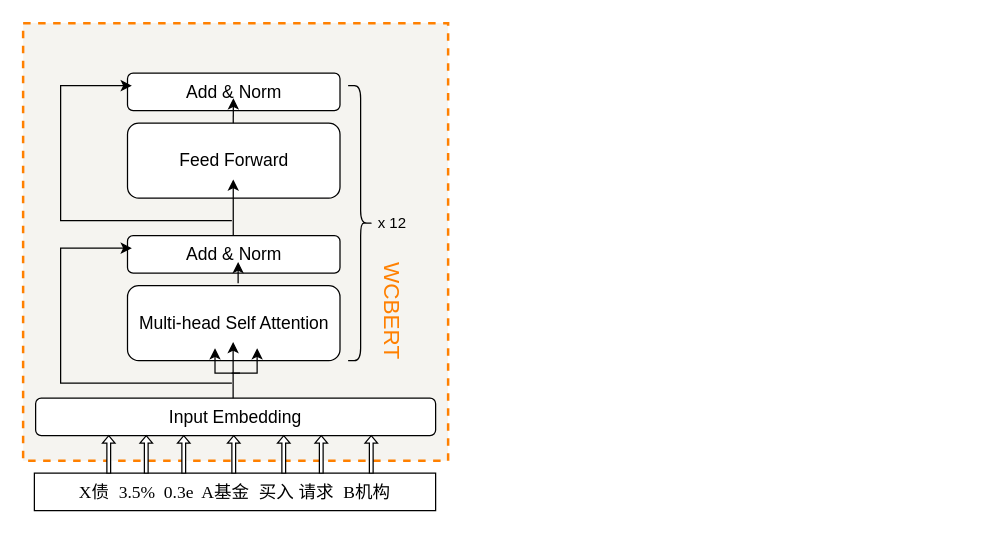
Earlier version of the draw.io diagram 一种句法依存的现券交易对手方识别装置.drawio (Zoisaang/test1). Source tidied: cells renumbered, new cells numbered last; positions are measured from the earlier drawing's top-left corner, leaving out a move shared by most shapes. Both pictures are drawn from the tidied source at 125%, with x=0, y=0 at pixel (22, 22).
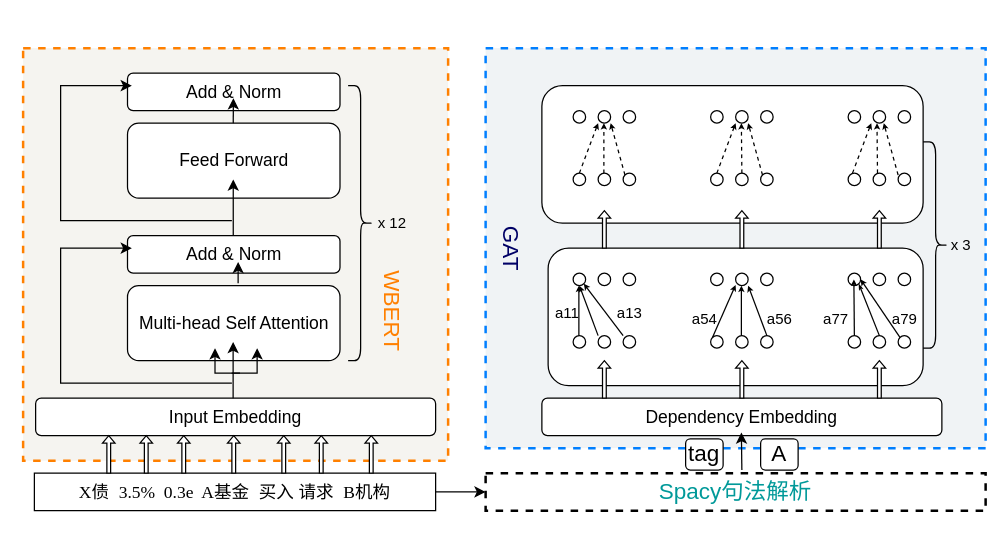
The same page after the edit.

Commit message (it also covers changes not shown here):
Update 一种句法依存的现券交易对手方识别装置.drawio

The edit, as a diff of the source:
```diff
@@
+    <mxCell id="28" style="rounded=0;whiteSpace=wrap;html=1;sketch=0;fontSize=18;dashed=1;strokeWidth=2;fillColor=#F0F3F5;strokeColor=#007FFF;fontColor=#333333;" parent="1" vertex="1">
+      <mxGeometry x="370" y="20" width="400" height="320" as="geometry" />
+    </mxCell>
+    <mxCell id="29" style="rounded=1;whiteSpace=wrap;html=1;sketch=0;fontSize=12;fontColor=#000000;strokeColor=#000000;strokeWidth=1;fillColor=#FFFFFF;" parent="1" vertex="1">
+      <mxGeometry x="420" y="180" width="300" height="110" as="geometry" />
+    </mxCell>
     <mxCell id="2" style="rounded=0;whiteSpace=wrap;html=1;sketch=0;fontSize=18;dashed=1;strokeWidth=2;fillColor=#F5F4F0;strokeColor=#FF8000;fontColor=#333333;" parent="1" vertex="1">
-      <mxGeometry width="340" height="350" as="geometry" />
+      <mxGeometry y="20" width="340" height="330" as="geometry" />
     </mxCell>
@@
-    <mxCell id="27" value="&lt;font style=&quot;font-size: 18px&quot; color=&quot;#ff8000&quot;&gt;WCBERT&lt;/font&gt;" style="text;html=1;align=center;verticalAlign=middle;fillColor=none;strokeColor=none;rounded=0;sketch=0;rotation=90;" parent="1" vertex="1">
-      <mxGeometry x="250" y="220" width="90" height="20" as="geometry" />
+    <mxCell id="27" value="&lt;font style=&quot;font-size: 18px&quot; color=&quot;#ff8000&quot;&gt;WBERT&lt;/font&gt;" style="text;html=1;align=center;verticalAlign=middle;fillColor=none;strokeColor=none;rounded=0;sketch=0;rotation=90;" parent="1" vertex="1">
+      <mxGeometry x="255" y="220" width="80" height="20" as="geometry" />
     </mxCell>
+    <mxCell id="30" value="&lt;font color=&quot;#009999&quot;&gt;Spacy句法解析&lt;/font&gt;" style="rounded=0;whiteSpace=wrap;html=1;dashed=1;sketch=0;fontSize=18;fontColor=#FF8000;strokeColor=#000000;strokeWidth=2;fillColor=#FFFFFF;" parent="1" vertex="1">
+      <mxGeometry x="370" y="360" width="400" height="30" as="geometry" />
+    </mxCell>
+    <mxCell id="31" style="endArrow=classic;html=1;rounded=1;sketch=0;fontSize=18;fontColor=#FF8000;curved=0;" parent="1" edge="1">
+      <mxGeometry relative="1" as="geometry">
+        <mxPoint x="330" y="375" as="sourcePoint" />
+        <mxPoint x="370" y="374.6" as="targetPoint" />
+        <Array as="points">
+          <mxPoint x="370" y="375" />
+        </Array>
+      </mxGeometry>
+    </mxCell>
+    <mxCell id="32" value="Dependency Embedding" style="rounded=1;whiteSpace=wrap;html=1;fontSize=14;strokeWidth=1;" parent="1" vertex="1">
+      <mxGeometry x="415" y="300" width="320" height="30" as="geometry" />
+    </mxCell>
+    <mxCell id="33" style="endArrow=classic;html=1;rounded=1;sketch=0;fontSize=18;fontColor=#009999;curved=0;" parent="1" edge="1">
+      <mxGeometry relative="1" as="geometry">
+        <mxPoint x="575" y="357.5" as="sourcePoint" />
+        <mxPoint x="574.6" y="327.5" as="targetPoint" />
+      </mxGeometry>
+    </mxCell>
+    <mxCell id="34" value="&lt;font color=&quot;#000000&quot;&gt;A&lt;/font&gt;" style="rounded=1;whiteSpace=wrap;html=1;sketch=0;fontSize=18;fontColor=#009999;strokeColor=#000000;strokeWidth=1;fillColor=#FFFFFF;" parent="1" vertex="1">
+      <mxGeometry x="590" y="332.5" width="30" height="25" as="geometry" />
+    </mxCell>
+    <mxCell id="35" value="&lt;font color=&quot;#000000&quot;&gt;tag&lt;/font&gt;" style="rounded=1;whiteSpace=wrap;html=1;sketch=0;fontSize=18;fontColor=#009999;strokeColor=#000000;strokeWidth=1;fillColor=#FFFFFF;" parent="1" vertex="1">
+      <mxGeometry x="530" y="332.5" width="30" height="25" as="geometry" />
+    </mxCell>
+    <mxCell id="36" style="shape=singleArrow;direction=north;whiteSpace=wrap;html=1;fontSize=14;strokeWidth=1;" parent="1" vertex="1">
+      <mxGeometry x="460" y="270" width="10" height="30" as="geometry" />
+    </mxCell>
+    <mxCell id="37" style="shape=singleArrow;direction=north;whiteSpace=wrap;html=1;fontSize=14;strokeWidth=1;" parent="1" vertex="1">
+      <mxGeometry x="570" y="270" width="10" height="30" as="geometry" />
+    </mxCell>
+    <mxCell id="38" style="shape=singleArrow;direction=north;whiteSpace=wrap;html=1;fontSize=14;strokeWidth=1;" parent="1" vertex="1">
+      <mxGeometry x="680" y="270" width="10" height="30" as="geometry" />
+    </mxCell>
+    <mxCell id="39" style="ellipse;whiteSpace=wrap;html=1;rounded=0;sketch=0;fontSize=18;fontColor=#000000;strokeColor=#000000;strokeWidth=1;fillColor=#FFFFFF;" parent="1" vertex="1">
+      <mxGeometry x="440" y="250" width="10" height="10" as="geometry" />
+    </mxCell>
+    <mxCell id="40" style="ellipse;whiteSpace=wrap;html=1;rounded=0;sketch=0;fontSize=18;fontColor=#000000;strokeColor=#000000;strokeWidth=1;fillColor=#FFFFFF;" parent="1" vertex="1">
+      <mxGeometry x="460" y="250" width="10" height="10" as="geometry" />
+    </mxCell>
+    <mxCell id="41" style="ellipse;whiteSpace=wrap;html=1;rounded=0;sketch=0;fontSize=18;fontColor=#000000;strokeColor=#000000;strokeWidth=1;fillColor=#FFFFFF;" parent="1" vertex="1">
+      <mxGeometry x="480" y="250" width="10" height="10" as="geometry" />
+    </mxCell>
+    <mxCell id="42" style="ellipse;whiteSpace=wrap;html=1;rounded=0;sketch=0;fontSize=18;fontColor=#000000;strokeColor=#000000;strokeWidth=1;fillColor=#FFFFFF;" parent="1" vertex="1">
+      <mxGeometry x="570" y="250" width="10" height="10" as="geometry" />
+    </mxCell>
+    <mxCell id="43" style="ellipse;whiteSpace=wrap;html=1;rounded=0;sketch=0;fontSize=18;fontColor=#000000;strokeColor=#000000;strokeWidth=1;fillColor=#FFFFFF;" parent="1" vertex="1">
+      <mxGeometry x="680" y="250" width="10" height="10" as="geometry" />
+    </mxCell>
+    <mxCell id="44" style="ellipse;whiteSpace=wrap;html=1;rounded=0;sketch=0;fontSize=18;fontColor=#000000;strokeColor=#000000;strokeWidth=1;fillColor=#FFFFFF;" parent="1" vertex="1">
+      <mxGeometry x="590" y="250" width="10" height="10" as="geometry" />
+    </mxCell>
+    <mxCell id="45" style="ellipse;whiteSpace=wrap;html=1;rounded=0;sketch=0;fontSize=18;fontColor=#000000;strokeColor=#000000;strokeWidth=1;fillColor=#FFFFFF;" parent="1" vertex="1">
+      <mxGeometry x="550" y="250" width="10" height="10" as="geometry" />
+    </mxCell>
+    <mxCell id="46" style="ellipse;whiteSpace=wrap;html=1;rounded=0;sketch=0;fontSize=18;fontColor=#000000;strokeColor=#000000;strokeWidth=1;fillColor=#FFFFFF;" parent="1" vertex="1">
+      <mxGeometry x="660" y="250" width="10" height="10" as="geometry" />
+    </mxCell>
+    <mxCell id="47" style="ellipse;whiteSpace=wrap;html=1;rounded=0;sketch=0;fontSize=18;fontColor=#000000;strokeColor=#000000;strokeWidth=1;fillColor=#FFFFFF;" parent="1" vertex="1">
+      <mxGeometry x="700" y="250" width="10" height="10" as="geometry" />
+    </mxCell>
+    <mxCell id="48" style="ellipse;whiteSpace=wrap;html=1;rounded=0;sketch=0;fontSize=18;fontColor=#000000;strokeColor=#000000;strokeWidth=1;fillColor=#FFFFFF;" parent="1" vertex="1">
+      <mxGeometry x="440" y="200" width="10" height="10" as="geometry" />
+    </mxCell>
+    <mxCell id="49" style="endArrow=classic;html=1;rounded=1;sketch=0;fontSize=18;fontColor=#000000;curved=0;endSize=2;" parent="1" edge="1">
+      <mxGeometry relative="1" as="geometry">
+        <mxPoint x="444.6" y="250" as="sourcePoint" />
+        <mxPoint x="444.6" y="210" as="targetPoint" />
+      </mxGeometry>
+    </mxCell>
+    <mxCell id="50" style="endArrow=classic;html=1;rounded=1;sketch=0;fontSize=18;fontColor=#000000;curved=0;endSize=2;entryX=0.5;entryY=1;entryDx=0;entryDy=0;" parent="1" edge="1" target="48">
+      <mxGeometry relative="1" as="geometry">
+        <mxPoint x="460" y="250" as="sourcePoint" />
+      </mxGeometry>
+    </mxCell>
+    <mxCell id="51" style="endArrow=classic;html=1;rounded=1;sketch=0;fontSize=18;fontColor=#000000;curved=0;entryX=1;entryY=1;entryDx=0;entryDy=0;endSize=2;" parent="1" edge="1" target="48">
+      <mxGeometry relative="1" as="geometry">
+        <mxPoint x="480" y="250" as="sourcePoint" />
+      </mxGeometry>
+    </mxCell>
+    <mxCell id="52" style="ellipse;whiteSpace=wrap;html=1;rounded=0;sketch=0;fontSize=18;fontColor=#000000;strokeColor=#000000;strokeWidth=1;fillColor=#FFFFFF;" parent="1" vertex="1">
+      <mxGeometry x="460" y="200" width="10" height="10" as="geometry" />
+    </mxCell>
+    <mxCell id="53" style="ellipse;whiteSpace=wrap;html=1;rounded=0;sketch=0;fontSize=18;fontColor=#000000;strokeColor=#000000;strokeWidth=1;fillColor=#FFFFFF;" parent="1" vertex="1">
+      <mxGeometry x="480" y="200" width="10" height="10" as="geometry" />
+    </mxCell>
+    <mxCell id="54" value="&lt;font style=&quot;font-size: 12px&quot;&gt;a11&lt;/font&gt;" style="text;html=1;align=center;verticalAlign=middle;fillColor=none;strokeColor=none;rounded=0;sketch=0;fontSize=18;fontColor=#000000;" parent="1" vertex="1">
+      <mxGeometry x="420" y="215" width="30" height="30" as="geometry" />
+    </mxCell>
+    <mxCell id="55" value="&lt;font style=&quot;font-size: 12px&quot;&gt;a13&lt;/font&gt;" style="text;html=1;align=center;verticalAlign=middle;fillColor=none;strokeColor=none;rounded=0;sketch=0;fontSize=18;fontColor=#000000;" parent="1" vertex="1">
+      <mxGeometry x="465" y="215" width="40" height="30" as="geometry" />
+    </mxCell>
+    <mxCell id="56" style="ellipse;whiteSpace=wrap;html=1;rounded=0;sketch=0;fontSize=18;fontColor=#000000;strokeColor=#000000;strokeWidth=1;fillColor=#FFFFFF;" parent="1" vertex="1">
+      <mxGeometry x="550" y="200" width="10" height="10" as="geometry" />
+    </mxCell>
+    <mxCell id="57" style="ellipse;whiteSpace=wrap;html=1;rounded=0;sketch=0;fontSize=18;fontColor=#000000;strokeColor=#000000;strokeWidth=1;fillColor=#FFFFFF;" parent="1" vertex="1">
+      <mxGeometry x="570" y="200" width="10" height="10" as="geometry" />
+    </mxCell>
+    <mxCell id="58" style="ellipse;whiteSpace=wrap;html=1;rounded=0;sketch=0;fontSize=18;fontColor=#000000;strokeColor=#000000;strokeWidth=1;fillColor=#FFFFFF;" parent="1" vertex="1">
+      <mxGeometry x="590" y="200" width="10" height="10" as="geometry" />
+    </mxCell>
+    <mxCell id="59" style="ellipse;whiteSpace=wrap;html=1;rounded=0;sketch=0;fontSize=18;fontColor=#000000;strokeColor=#000000;strokeWidth=1;fillColor=#FFFFFF;" parent="1" vertex="1">
+      <mxGeometry x="660" y="200" width="10" height="10" as="geometry" />
+    </mxCell>
+    <mxCell id="60" style="ellipse;whiteSpace=wrap;html=1;rounded=0;sketch=0;fontSize=18;fontColor=#000000;strokeColor=#000000;strokeWidth=1;fillColor=#FFFFFF;" parent="1" vertex="1">
+      <mxGeometry x="680" y="200" width="10" height="10" as="geometry" />
+    </mxCell>
+    <mxCell id="61" style="ellipse;whiteSpace=wrap;html=1;rounded=0;sketch=0;fontSize=18;fontColor=#000000;strokeColor=#000000;strokeWidth=1;fillColor=#FFFFFF;" parent="1" vertex="1">
+      <mxGeometry x="700" y="200" width="10" height="10" as="geometry" />
+    </mxCell>
+    <mxCell id="62" style="endArrow=classic;html=1;rounded=1;sketch=0;fontSize=12;fontColor=#000000;elbow=vertical;endSize=2;" parent="1" edge="1">
+      <mxGeometry relative="1" as="geometry">
+        <mxPoint x="574.6" y="250" as="sourcePoint" />
+        <mxPoint x="574.6" y="210" as="targetPoint" />
+      </mxGeometry>
+    </mxCell>
+    <mxCell id="63" style="endArrow=classic;html=1;rounded=1;sketch=0;fontSize=12;fontColor=#000000;elbow=vertical;exitX=0.5;exitY=0;exitDx=0;exitDy=0;endSize=2;" parent="1" edge="1" source="44">
+      <mxGeometry relative="1" as="geometry">
+        <mxPoint x="580" y="210" as="targetPoint" />
+      </mxGeometry>
+    </mxCell>
+    <mxCell id="64" style="endArrow=classic;html=1;rounded=1;sketch=0;fontSize=12;fontColor=#000000;elbow=vertical;exitX=0;exitY=0;exitDx=0;exitDy=0;endSize=2;" parent="1" edge="1" source="45">
+      <mxGeometry relative="1" as="geometry">
+        <mxPoint x="570" y="209.5" as="targetPoint" />
+      </mxGeometry>
+    </mxCell>
+    <mxCell id="65" value="&lt;font style=&quot;font-size: 12px&quot;&gt;a54&lt;/font&gt;" style="text;html=1;align=center;verticalAlign=middle;fillColor=none;strokeColor=none;rounded=0;sketch=0;fontSize=18;fontColor=#000000;" parent="1" vertex="1">
+      <mxGeometry x="525" y="220" width="40" height="30" as="geometry" />
+    </mxCell>
+    <mxCell id="66" value="&lt;font style=&quot;font-size: 12px&quot;&gt;a56&lt;/font&gt;" style="text;html=1;align=center;verticalAlign=middle;fillColor=none;strokeColor=none;rounded=0;sketch=0;fontSize=18;fontColor=#000000;" parent="1" vertex="1">
+      <mxGeometry x="585" y="220" width="40" height="30" as="geometry" />
+    </mxCell>
+    <mxCell id="67" style="endArrow=classic;html=1;rounded=1;sketch=0;fontSize=12;fontColor=#000000;elbow=vertical;exitX=0;exitY=0;exitDx=0;exitDy=0;endSize=2;" parent="1" edge="1" source="47">
+      <mxGeometry relative="1" as="geometry">
+        <mxPoint x="670" y="205" as="targetPoint" />
+      </mxGeometry>
+    </mxCell>
+    <mxCell id="68" style="endArrow=classicThin;html=1;rounded=1;sketch=0;fontSize=12;fontColor=#000000;elbow=vertical;exitX=0.5;exitY=0;exitDx=0;exitDy=0;endFill=1;endSize=2;entryX=1;entryY=1;entryDx=0;entryDy=0;" parent="1" edge="1" source="43" target="59">
+      <mxGeometry relative="1" as="geometry" />
+    </mxCell>
+    <mxCell id="69" style="endArrow=classic;html=1;rounded=1;sketch=0;fontSize=12;fontColor=#000000;elbow=vertical;exitX=0.5;exitY=0;exitDx=0;exitDy=0;endSize=2;" parent="1" edge="1" source="46">
+      <mxGeometry relative="1" as="geometry">
+        <mxPoint x="664.6" y="205" as="targetPoint" />
+      </mxGeometry>
+    </mxCell>
+    <mxCell id="70" value="&lt;font style=&quot;font-size: 12px&quot;&gt;a79&lt;/font&gt;" style="text;html=1;align=center;verticalAlign=middle;fillColor=none;strokeColor=none;rounded=0;sketch=0;fontSize=18;fontColor=#000000;" parent="1" vertex="1">
+      <mxGeometry x="685" y="220" width="40" height="30" as="geometry" />
+    </mxCell>
+    <mxCell id="71" style="rounded=1;whiteSpace=wrap;html=1;sketch=0;fontSize=12;fontColor=#000000;strokeColor=#000000;strokeWidth=1;fillColor=#FFFFFF;" parent="1" vertex="1">
+      <mxGeometry x="415" y="50" width="305" height="110" as="geometry" />
+    </mxCell>
+    <mxCell id="72" value="&lt;font style=&quot;font-size: 12px&quot;&gt;a77&lt;/font&gt;" style="text;html=1;align=center;verticalAlign=middle;fillColor=none;strokeColor=none;rounded=0;sketch=0;fontSize=18;fontColor=#000000;" parent="1" vertex="1">
+      <mxGeometry x="630" y="220" width="40" height="30" as="geometry" />
+    </mxCell>
+    <mxCell id="73" style="shape=singleArrow;direction=north;whiteSpace=wrap;html=1;fontSize=14;strokeWidth=1;" parent="1" vertex="1">
+      <mxGeometry x="460" y="150" width="10" height="30" as="geometry" />
+    </mxCell>
+    <mxCell id="74" style="shape=singleArrow;direction=north;whiteSpace=wrap;html=1;fontSize=14;strokeWidth=1;" parent="1" vertex="1">
+      <mxGeometry x="570" y="150" width="10" height="30" as="geometry" />
+    </mxCell>
+    <mxCell id="75" style="shape=singleArrow;direction=north;whiteSpace=wrap;html=1;fontSize=14;strokeWidth=1;" parent="1" vertex="1">
+      <mxGeometry x="680" y="150" width="10" height="30" as="geometry" />
+    </mxCell>
+    <mxCell id="76" style="shape=curlyBracket;whiteSpace=wrap;html=1;rounded=1;flipH=1;sketch=0;fontSize=12;fontColor=#000000;strokeColor=#000000;strokeWidth=1;fillColor=#FFFFFF;" parent="1" vertex="1">
+      <mxGeometry x="720" y="95" width="20" height="165" as="geometry" />
+    </mxCell>
+    <mxCell id="77" value="x 3" style="text;html=1;align=center;verticalAlign=middle;fillColor=none;strokeColor=none;rounded=0;sketch=0;" parent="1" vertex="1">
+      <mxGeometry x="735" y="167.5" width="30" height="20" as="geometry" />
+    </mxCell>
+    <mxCell id="78" style="ellipse;whiteSpace=wrap;html=1;rounded=0;sketch=0;fontSize=18;fontColor=#000000;strokeColor=#000000;strokeWidth=1;fillColor=#FFFFFF;" parent="1" vertex="1">
+      <mxGeometry x="460" y="70" width="10" height="10" as="geometry" />
+    </mxCell>
+    <mxCell id="79" style="ellipse;whiteSpace=wrap;html=1;rounded=0;sketch=0;fontSize=18;fontColor=#000000;strokeColor=#000000;strokeWidth=1;fillColor=#FFFFFF;" parent="1" vertex="1">
+      <mxGeometry x="570" y="70" width="10" height="10" as="geometry" />
+    </mxCell>
+    <mxCell id="80" style="ellipse;whiteSpace=wrap;html=1;rounded=0;sketch=0;fontSize=18;fontColor=#000000;strokeColor=#000000;strokeWidth=1;fillColor=#FFFFFF;" parent="1" vertex="1">
+      <mxGeometry x="680" y="70" width="10" height="10" as="geometry" />
+    </mxCell>
+    <mxCell id="81" style="ellipse;whiteSpace=wrap;html=1;rounded=0;sketch=0;fontSize=18;fontColor=#000000;strokeColor=#000000;strokeWidth=1;fillColor=#FFFFFF;" parent="1" vertex="1">
+      <mxGeometry x="460" y="120" width="10" height="10" as="geometry" />
+    </mxCell>
+    <mxCell id="82" style="ellipse;whiteSpace=wrap;html=1;rounded=0;sketch=0;fontSize=18;fontColor=#000000;strokeColor=#000000;strokeWidth=1;fillColor=#FFFFFF;" parent="1" vertex="1">
+      <mxGeometry x="570" y="120" width="10" height="10" as="geometry" />
+    </mxCell>
+    <mxCell id="83" style="ellipse;whiteSpace=wrap;html=1;rounded=0;sketch=0;fontSize=18;fontColor=#000000;strokeColor=#000000;strokeWidth=1;fillColor=#FFFFFF;" parent="1" vertex="1">
+      <mxGeometry x="680" y="120" width="10" height="10" as="geometry" />
+    </mxCell>
+    <mxCell id="84" style="ellipse;whiteSpace=wrap;html=1;rounded=0;sketch=0;fontSize=18;fontColor=#000000;strokeColor=#000000;strokeWidth=1;fillColor=#FFFFFF;" parent="1" vertex="1">
+      <mxGeometry x="480" y="70" width="10" height="10" as="geometry" />
+    </mxCell>
+    <mxCell id="85" style="ellipse;whiteSpace=wrap;html=1;rounded=0;sketch=0;fontSize=18;fontColor=#000000;strokeColor=#000000;strokeWidth=1;fillColor=#FFFFFF;" parent="1" vertex="1">
+      <mxGeometry x="440" y="70" width="10" height="10" as="geometry" />
+    </mxCell>
+    <mxCell id="86" style="ellipse;whiteSpace=wrap;html=1;rounded=0;sketch=0;fontSize=18;fontColor=#000000;strokeColor=#000000;strokeWidth=1;fillColor=#FFFFFF;" parent="1" vertex="1">
+      <mxGeometry x="480" y="120" width="10" height="10" as="geometry" />
+    </mxCell>
+    <mxCell id="87" style="ellipse;whiteSpace=wrap;html=1;rounded=0;sketch=0;fontSize=18;fontColor=#000000;strokeColor=#000000;strokeWidth=1;fillColor=#FFFFFF;" parent="1" vertex="1">
+      <mxGeometry x="440" y="120" width="10" height="10" as="geometry" />
+    </mxCell>
+    <mxCell id="88" style="ellipse;whiteSpace=wrap;html=1;rounded=0;sketch=0;fontSize=18;fontColor=#000000;strokeColor=#000000;strokeWidth=1;fillColor=#FFFFFF;" parent="1" vertex="1">
+      <mxGeometry x="590" y="70" width="10" height="10" as="geometry" />
+    </mxCell>
+    <mxCell id="89" style="ellipse;whiteSpace=wrap;html=1;rounded=0;sketch=0;fontSize=18;fontColor=#000000;strokeColor=#000000;strokeWidth=1;fillColor=#FFFFFF;" parent="1" vertex="1">
+      <mxGeometry x="550" y="70" width="10" height="10" as="geometry" />
+    </mxCell>
+    <mxCell id="90" style="ellipse;whiteSpace=wrap;html=1;rounded=0;sketch=0;fontSize=18;fontColor=#000000;strokeColor=#000000;strokeWidth=1;fillColor=#FFFFFF;" parent="1" vertex="1">
+      <mxGeometry x="590" y="120" width="10" height="10" as="geometry" />
+    </mxCell>
+    <mxCell id="91" style="ellipse;whiteSpace=wrap;html=1;rounded=0;sketch=0;fontSize=18;fontColor=#000000;strokeColor=#000000;strokeWidth=1;fillColor=#FFFFFF;" parent="1" vertex="1">
+      <mxGeometry x="550" y="120" width="10" height="10" as="geometry" />
+    </mxCell>
+    <mxCell id="92" style="ellipse;whiteSpace=wrap;html=1;rounded=0;sketch=0;fontSize=18;fontColor=#000000;strokeColor=#000000;strokeWidth=1;fillColor=#FFFFFF;" parent="1" vertex="1">
+      <mxGeometry x="660" y="70" width="10" height="10" as="geometry" />
+    </mxCell>
+    <mxCell id="93" style="ellipse;whiteSpace=wrap;html=1;rounded=0;sketch=0;fontSize=18;fontColor=#000000;strokeColor=#000000;strokeWidth=1;fillColor=#FFFFFF;" parent="1" vertex="1">
+      <mxGeometry x="700" y="70" width="10" height="10" as="geometry" />
+    </mxCell>
+    <mxCell id="94" style="ellipse;whiteSpace=wrap;html=1;rounded=0;sketch=0;fontSize=18;fontColor=#000000;strokeColor=#000000;strokeWidth=1;fillColor=#FFFFFF;" parent="1" vertex="1">
+      <mxGeometry x="700" y="120" width="10" height="10" as="geometry" />
+    </mxCell>
+    <mxCell id="95" style="ellipse;whiteSpace=wrap;html=1;rounded=0;sketch=0;fontSize=18;fontColor=#000000;strokeColor=#000000;strokeWidth=1;fillColor=#FFFFFF;" parent="1" vertex="1">
+      <mxGeometry x="660" y="120" width="10" height="10" as="geometry" />
+    </mxCell>
+    <mxCell id="96" value="&lt;font style=&quot;font-size: 18px&quot; color=&quot;#000066&quot;&gt;GAT&lt;/font&gt;" style="text;html=1;align=center;verticalAlign=middle;fillColor=none;strokeColor=none;rounded=0;sketch=0;rotation=90;" parent="1" vertex="1">
+      <mxGeometry x="365" y="170" width="50" height="20" as="geometry" />
+    </mxCell>
+    <mxCell id="97" style="endArrow=classic;html=1;rounded=1;sketch=0;fontSize=12;fontColor=#000066;endSize=2;elbow=vertical;dashed=1;" parent="1" edge="1">
+      <mxGeometry relative="1" as="geometry">
+        <mxPoint x="464.6" y="120" as="sourcePoint" />
+        <mxPoint x="464.6" y="80" as="targetPoint" />
+      </mxGeometry>
+    </mxCell>
+    <mxCell id="98" style="endArrow=classic;html=1;rounded=1;dashed=1;sketch=0;fontSize=12;fontColor=#000066;endSize=2;elbow=vertical;exitX=0.5;exitY=0;exitDx=0;exitDy=0;" parent="1" edge="1" source="87">
+      <mxGeometry relative="1" as="geometry">
+        <mxPoint x="460" y="80" as="targetPoint" />
+      </mxGeometry>
+    </mxCell>
+    <mxCell id="99" style="endArrow=classic;html=1;rounded=1;dashed=1;sketch=0;fontSize=12;fontColor=#000066;endSize=2;elbow=vertical;exitX=0;exitY=0;exitDx=0;exitDy=0;" parent="1" edge="1" source="86">
+      <mxGeometry relative="1" as="geometry">
+        <mxPoint x="470" y="80" as="targetPoint" />
+      </mxGeometry>
+    </mxCell>
+    <mxCell id="100" style="endArrow=classic;html=1;rounded=1;dashed=1;sketch=0;fontSize=12;fontColor=#000066;endSize=2;elbow=vertical;exitX=0.5;exitY=0;exitDx=0;exitDy=0;" parent="1" edge="1" source="82">
+      <mxGeometry relative="1" as="geometry">
+        <mxPoint x="574.6" y="80" as="targetPoint" />
+      </mxGeometry>
+    </mxCell>
+    <mxCell id="101" style="endArrow=classic;html=1;rounded=1;dashed=1;sketch=0;fontSize=12;fontColor=#000066;endSize=2;elbow=vertical;exitX=0.5;exitY=0;exitDx=0;exitDy=0;" parent="1" edge="1">
+      <mxGeometry relative="1" as="geometry">
+        <mxPoint x="555" y="120" as="sourcePoint" />
+        <mxPoint x="570" y="80" as="targetPoint" />
+      </mxGeometry>
+    </mxCell>
+    <mxCell id="102" style="endArrow=classic;html=1;rounded=1;dashed=1;sketch=0;fontSize=12;fontColor=#000066;endSize=2;elbow=vertical;exitX=0;exitY=0;exitDx=0;exitDy=0;" parent="1" edge="1">
+      <mxGeometry relative="1" as="geometry">
+        <mxPoint x="591.5" y="121.5" as="sourcePoint" />
+        <mxPoint x="580" y="80" as="targetPoint" />
+      </mxGeometry>
+    </mxCell>
+    <mxCell id="103" style="endArrow=classic;html=1;rounded=1;dashed=1;sketch=0;fontSize=12;fontColor=#000066;endSize=2;elbow=vertical;exitX=0.5;exitY=0;exitDx=0;exitDy=0;" parent="1" edge="1">
+      <mxGeometry relative="1" as="geometry">
+        <mxPoint x="683.5" y="120" as="sourcePoint" />
+        <mxPoint x="683.1" y="80" as="targetPoint" />
+      </mxGeometry>
+    </mxCell>
+    <mxCell id="104" style="endArrow=classic;html=1;rounded=1;dashed=1;sketch=0;fontSize=12;fontColor=#000066;endSize=2;elbow=vertical;exitX=0.5;exitY=0;exitDx=0;exitDy=0;" parent="1" edge="1">
+      <mxGeometry relative="1" as="geometry">
+        <mxPoint x="663.5" y="120" as="sourcePoint" />
+        <mxPoint x="678.5" y="80" as="targetPoint" />
+      </mxGeometry>
+    </mxCell>
+    <mxCell id="105" style="endArrow=classic;html=1;rounded=1;dashed=1;sketch=0;fontSize=12;fontColor=#000066;endSize=2;elbow=vertical;exitX=0;exitY=0;exitDx=0;exitDy=0;" parent="1" edge="1">
+      <mxGeometry relative="1" as="geometry">
+        <mxPoint x="700" y="121.5" as="sourcePoint" />
+        <mxPoint x="688.5" y="80" as="targetPoint" />
+      </mxGeometry>
+    </mxCell>
```
